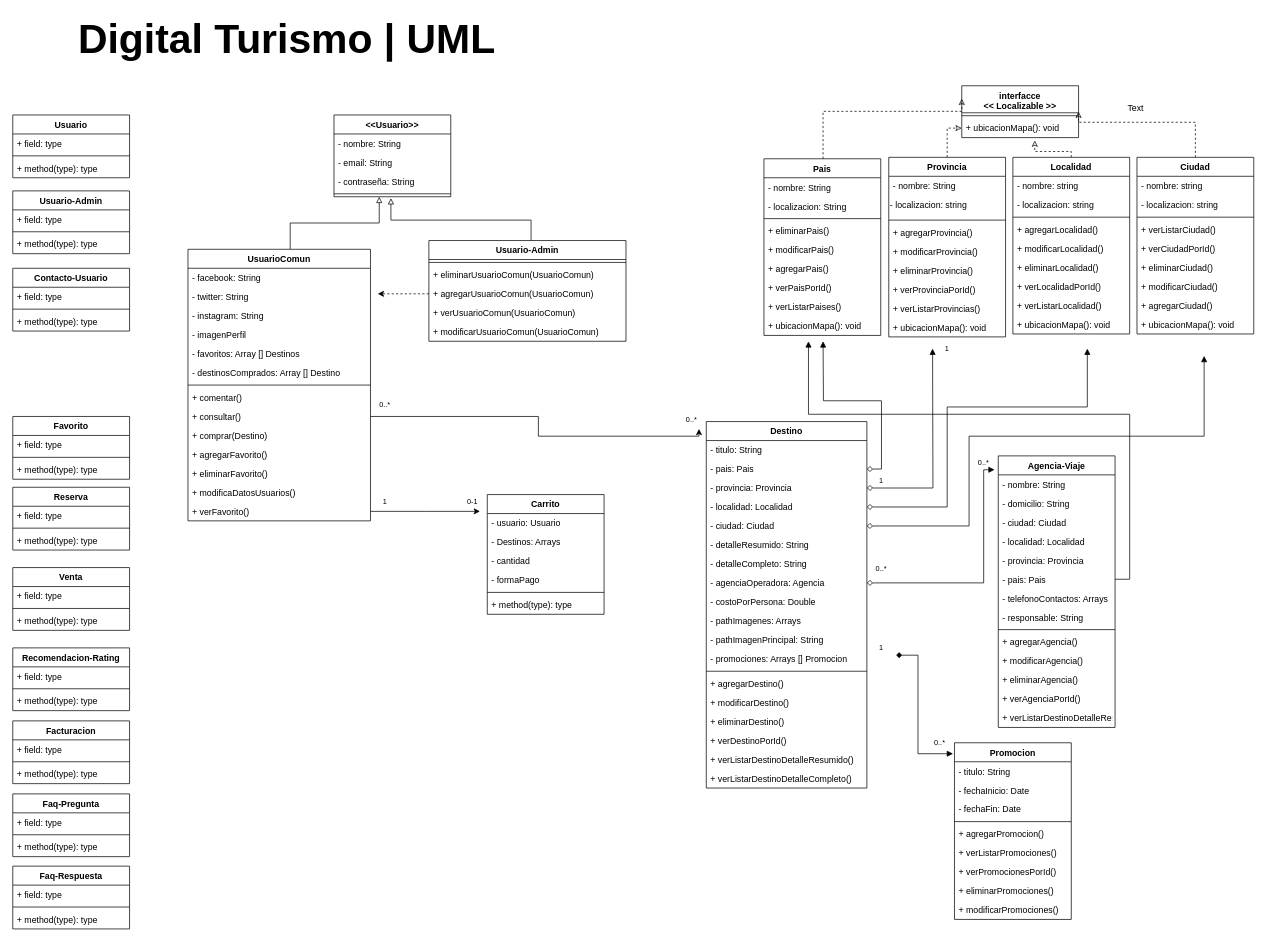
Above: DigitalTurismo-UML-pabloSP.drawio in pablopetito/digitalturismo (draw.io), before the change. Source tidied: cells renumbered, new cells numbered last; positions are measured from the earlier drawing's top-left corner, leaving out a move shared by most shapes. Both pictures are drawn from the tidied source at 73%, with x=0, y=0 at pixel (12, 12).
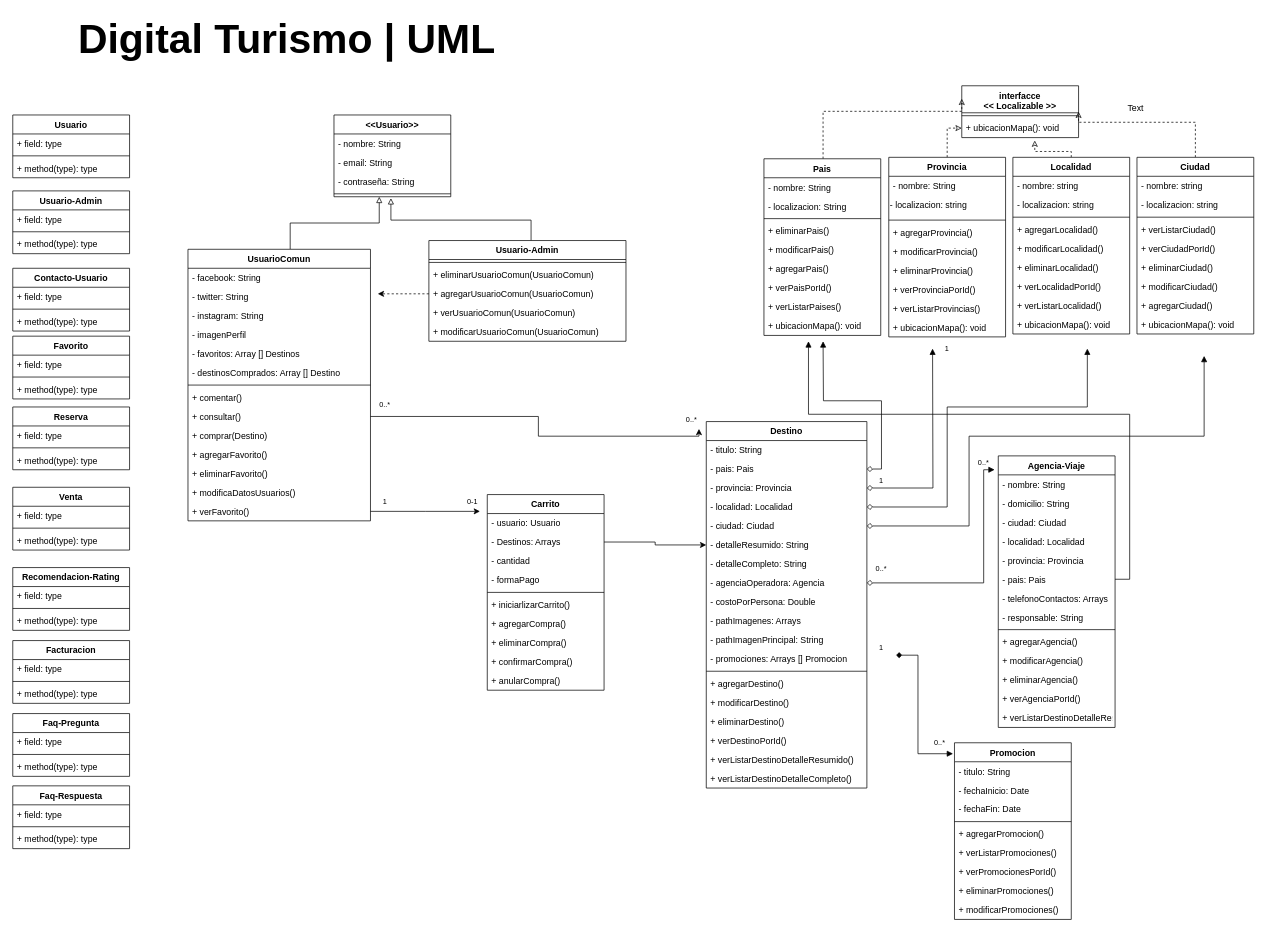
Above is the later version.

Unchanged cells that the change refers to:
```xml
<mxCell id="12" value="- detalleResumido: String" style="text;strokeColor=none;fillColor=none;align=left;verticalAlign=top;spacingLeft=4;spacingRight=4;overflow=hidden;points=[[0,0.5],[1,0.5]];portConstraint=eastwest;" parent="6" vertex="1">
  <mxGeometry y="156" width="220" height="26" as="geometry" />
</mxCell>
<mxCell id="81" value="- Destinos: Arrays&#10;" style="text;strokeColor=none;fillColor=none;align=left;verticalAlign=top;spacingLeft=4;spacingRight=4;overflow=hidden;points=[[0,0.5],[1,0.5]];portConstraint=eastwest;" parent="79" vertex="1">
  <mxGeometry y="52" width="160" height="26" as="geometry" />
</mxCell>
```

Change to the diagram source:
```diff
@@
     <mxCell id="48" value="Favorito" style="swimlane;fontStyle=1;align=center;verticalAlign=top;horizontal=1;startSize=26;" parent="1" vertex="1">
-      <mxGeometry y="553" width="160" height="86" as="geometry" />
+      <mxGeometry y="443" width="160" height="86" as="geometry" />
     </mxCell>
@@
     <mxCell id="66" value="Faq-Pregunta" style="swimlane;fontStyle=1;align=center;verticalAlign=top;horizontal=1;startSize=26;" parent="1" vertex="1">
-      <mxGeometry y="1070" width="160" height="86" as="geometry" />
+      <mxGeometry y="960" width="160" height="86" as="geometry" />
     </mxCell>
@@
     <mxCell id="70" value="Faq-Respuesta" style="swimlane;fontStyle=1;align=center;verticalAlign=top;horizontal=1;startSize=26;" parent="1" vertex="1">
-      <mxGeometry y="1169" width="160" height="86" as="geometry" />
+      <mxGeometry y="1059" width="160" height="86" as="geometry" />
     </mxCell>
@@
     <mxCell id="79" value="Carrito" style="swimlane;fontStyle=1;align=center;verticalAlign=top;horizontal=1;startSize=26;fontSize=12;" parent="1" vertex="1">
-      <mxGeometry x="650" y="660" width="160" height="164" as="geometry" />
+      <mxGeometry x="650" y="660" width="160" height="268" as="geometry" />
     </mxCell>
@@
-    <mxCell id="85" value="+ method(type): type" style="text;strokeColor=none;fillColor=none;align=left;verticalAlign=top;spacingLeft=4;spacingRight=4;overflow=hidden;" parent="79" vertex="1">
+    <mxCell id="85" value="+ iniciarlizarCarrito()" style="text;strokeColor=none;fillColor=none;align=left;verticalAlign=top;spacingLeft=4;spacingRight=4;overflow=hidden;" parent="79" vertex="1">
       <mxGeometry y="138" width="160" height="26" as="geometry" />
     </mxCell>
@@
+    <mxCell id="193" value="+ agregarCompra()" style="text;strokeColor=none;fillColor=none;align=left;verticalAlign=top;spacingLeft=4;spacingRight=4;overflow=hidden;" parent="79" vertex="1">
+      <mxGeometry y="164" width="160" height="26" as="geometry" />
+    </mxCell>
+    <mxCell id="194" value="+ eliminarCompra()" style="text;strokeColor=none;fillColor=none;align=left;verticalAlign=top;spacingLeft=4;spacingRight=4;overflow=hidden;" parent="79" vertex="1">
+      <mxGeometry y="190" width="160" height="26" as="geometry" />
+    </mxCell>
+    <mxCell id="195" value="+ confirmarCompra()" style="text;strokeColor=none;fillColor=none;align=left;verticalAlign=top;spacingLeft=4;spacingRight=4;overflow=hidden;" parent="79" vertex="1">
+      <mxGeometry y="216" width="160" height="26" as="geometry" />
+    </mxCell>
+    <mxCell id="196" value="+ anularCompra()" style="text;strokeColor=none;fillColor=none;align=left;verticalAlign=top;spacingLeft=4;spacingRight=4;overflow=hidden;" parent="79" vertex="1">
+      <mxGeometry y="242" width="160" height="26" as="geometry" />
+    </mxCell>
     <mxCell id="87" value="Reserva" style="swimlane;fontStyle=1;align=center;verticalAlign=top;horizontal=1;startSize=26;fontSize=12;" parent="1" vertex="1">
-      <mxGeometry y="650" width="160" height="86" as="geometry" />
+      <mxGeometry y="540" width="160" height="86" as="geometry" />
     </mxCell>
@@
     <mxCell id="91" value="Venta" style="swimlane;fontStyle=1;align=center;verticalAlign=top;horizontal=1;startSize=26;fontSize=12;" parent="1" vertex="1">
-      <mxGeometry y="760" width="160" height="86" as="geometry" />
+      <mxGeometry y="650" width="160" height="86" as="geometry" />
     </mxCell>
@@
     <mxCell id="95" value="Facturacion" style="swimlane;fontStyle=1;align=center;verticalAlign=top;horizontal=1;startSize=26;fontSize=12;" parent="1" vertex="1">
-      <mxGeometry y="970" width="160" height="86" as="geometry" />
+      <mxGeometry y="860" width="160" height="86" as="geometry" />
     </mxCell>
@@
     <mxCell id="99" value="Recomendacion-Rating" style="swimlane;fontStyle=1;align=center;verticalAlign=top;horizontal=1;startSize=26;fontSize=12;" parent="1" vertex="1">
-      <mxGeometry y="870" width="160" height="86" as="geometry" />
+      <mxGeometry y="760" width="160" height="86" as="geometry" />
     </mxCell>
@@
+    <mxCell id="197" style="edgeStyle=orthogonalEdgeStyle;rounded=0;jettySize=auto;html=1;entryX=0;entryY=0.5;entryDx=0;entryDy=0;" parent="1" edge="1" source="81" target="12">
+      <mxGeometry relative="1" as="geometry" />
+    </mxCell>
```
